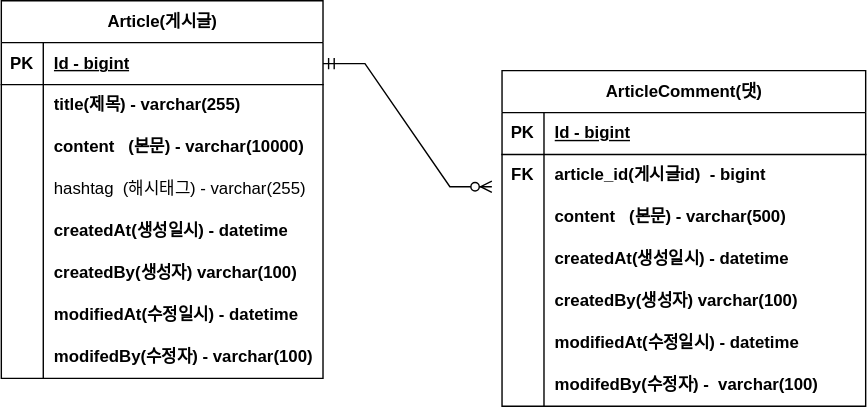
This is document/project-board-erd.svg from Minzion0/project-board, a draw.io export, as it was before one commit. Source tidied: cells renumbered, new cells last; positions are measured from the earlier drawing's top-left corner, leaving out a move shared by most shapes.
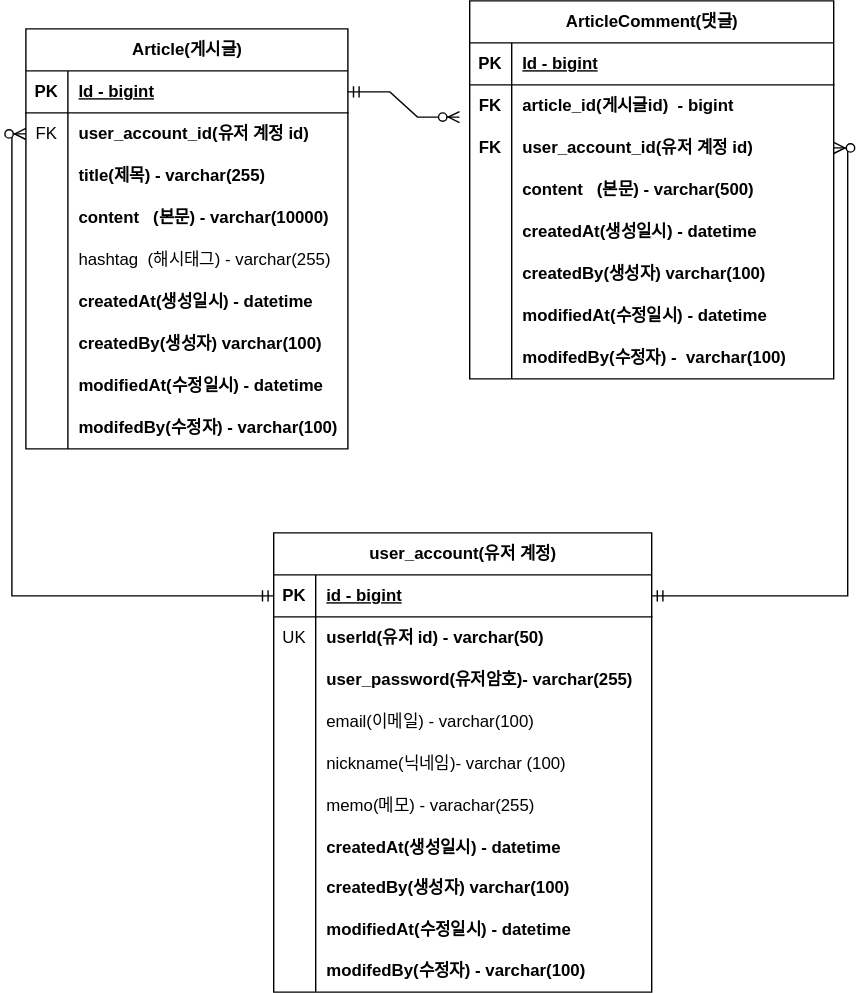
Later version of the same file.

Commit message:
#18 유저계정 테이블 추가

What changed in the source:
```diff
@@ -3,7 +3,7 @@
     <mxCell id="0" />
     <mxCell id="1" parent="0" />
     <mxCell id="2" value="Article(게시글)" style="shape=table;startSize=30;rowLines=0;fontStyle=1;align=center;html=1;" parent="1" vertex="1">
-      <mxGeometry width="230" height="270" as="geometry" />
+      <mxGeometry x="41" y="50" width="230" height="300" as="geometry" />
     </mxCell>
     <mxCell id="3" style="shape=tableRow;horizontal=0;startSize=0;swimlaneHead=0;swimlaneBody=0;fillColor=none;points=[[0,0.5],[1,0.5]];portConstraint=eastwest;top=0;left=0;right=0;bottom=1;" parent="2" vertex="1">
       <mxGeometry y="30" width="230" height="30" as="geometry" />
@@ -14,8 +14,17 @@
     <mxCell id="5" value="Id - bigint" style="shape=partialRectangle;fillColor=none;top=0;left=0;bottom=0;right=0;align=left;spacingLeft=6;fontStyle=5;overflow=hidden;whiteSpace=wrap;html=1;" parent="3" vertex="1">
       <mxGeometry x="30" width="200" height="30" as="geometry" />
     </mxCell>
+    <mxCell id="50" style="shape=tableRow;horizontal=0;startSize=0;swimlaneHead=0;swimlaneBody=0;fillColor=none;points=[[0,0.5],[1,0.5]];portConstraint=eastwest;top=0;left=0;right=0;bottom=0;" parent="2" vertex="1">
+      <mxGeometry y="60" width="230" height="30" as="geometry" />
+    </mxCell>
+    <mxCell id="51" value="FK" style="shape=partialRectangle;fillColor=none;top=0;left=0;bottom=0;right=0;overflow=hidden;whiteSpace=wrap;html=1;" parent="50" vertex="1">
+      <mxGeometry width="30" height="30" as="geometry" />
+    </mxCell>
+    <mxCell id="52" value="user_account_id(유저 계정 id)" style="shape=partialRectangle;fillColor=none;top=0;left=0;bottom=0;right=0;align=left;spacingLeft=6;overflow=hidden;whiteSpace=wrap;html=1;fontStyle=1;" parent="50" vertex="1">
+      <mxGeometry x="30" width="200" height="30" as="geometry" />
+    </mxCell>
     <mxCell id="6" style="shape=tableRow;horizontal=0;startSize=0;swimlaneHead=0;swimlaneBody=0;fillColor=none;top=0;left=0;right=0;bottom=0;" parent="2" vertex="1">
-      <mxGeometry y="60" width="230" height="30" as="geometry" />
+      <mxGeometry y="90" width="230" height="30" as="geometry" />
     </mxCell>
     <mxCell id="7" style="shape=partialRectangle;fillColor=none;top=0;left=0;bottom=0;right=0;overflow=hidden;whiteSpace=wrap;html=1;" parent="6" vertex="1">
       <mxGeometry width="30" height="30" as="geometry" />
@@ -24,7 +33,7 @@
       <mxGeometry x="30" width="200" height="30" as="geometry" />
     </mxCell>
     <mxCell id="9" style="shape=tableRow;horizontal=0;startSize=0;swimlaneHead=0;swimlaneBody=0;fillColor=none;top=0;left=0;right=0;bottom=0;" parent="2" vertex="1">
-      <mxGeometry y="90" width="230" height="30" as="geometry" />
+      <mxGeometry y="120" width="230" height="30" as="geometry" />
     </mxCell>
     <mxCell id="10" style="shape=partialRectangle;fillColor=none;top=0;left=0;bottom=0;right=0;overflow=hidden;whiteSpace=wrap;html=1;" parent="9" vertex="1">
       <mxGeometry width="30" height="30" as="geometry" />
@@ -33,7 +42,7 @@
       <mxGeometry x="30" width="200" height="30" as="geometry" />
     </mxCell>
     <mxCell id="12" style="shape=tableRow;horizontal=0;startSize=0;swimlaneHead=0;swimlaneBody=0;fillColor=none;top=0;left=0;right=0;bottom=0;" parent="2" vertex="1">
-      <mxGeometry y="120" width="230" height="30" as="geometry" />
+      <mxGeometry y="150" width="230" height="30" as="geometry" />
     </mxCell>
     <mxCell id="13" style="shape=partialRectangle;fillColor=none;top=0;left=0;bottom=0;right=0;overflow=hidden;whiteSpace=wrap;html=1;" parent="12" vertex="1">
       <mxGeometry width="30" height="30" as="geometry" />
@@ -42,7 +51,7 @@
       <mxGeometry x="30" width="200" height="30" as="geometry" />
     </mxCell>
     <mxCell id="15" style="shape=tableRow;horizontal=0;startSize=0;swimlaneHead=0;swimlaneBody=0;fillColor=none;top=0;left=0;right=0;bottom=0;" parent="2" vertex="1">
-      <mxGeometry y="150" width="230" height="30" as="geometry" />
+      <mxGeometry y="180" width="230" height="30" as="geometry" />
     </mxCell>
     <mxCell id="16" style="shape=partialRectangle;fillColor=none;top=0;left=0;bottom=0;right=0;overflow=hidden;whiteSpace=wrap;html=1;" parent="15" vertex="1">
       <mxGeometry width="30" height="30" as="geometry" />
@@ -51,7 +60,7 @@
       <mxGeometry x="30" width="200" height="30" as="geometry" />
     </mxCell>
     <mxCell id="18" style="shape=tableRow;horizontal=0;startSize=0;swimlaneHead=0;swimlaneBody=0;fillColor=none;top=0;left=0;right=0;bottom=0;" parent="2" vertex="1">
-      <mxGeometry y="180" width="230" height="30" as="geometry" />
+      <mxGeometry y="210" width="230" height="30" as="geometry" />
     </mxCell>
     <mxCell id="19" style="shape=partialRectangle;fillColor=none;top=0;left=0;bottom=0;right=0;overflow=hidden;whiteSpace=wrap;html=1;" parent="18" vertex="1">
       <mxGeometry width="30" height="30" as="geometry" />
@@ -60,7 +69,7 @@
       <mxGeometry x="30" width="200" height="30" as="geometry" />
     </mxCell>
     <mxCell id="21" style="shape=tableRow;horizontal=0;startSize=0;swimlaneHead=0;swimlaneBody=0;fillColor=none;top=0;left=0;right=0;bottom=0;" parent="2" vertex="1">
-      <mxGeometry y="210" width="230" height="30" as="geometry" />
+      <mxGeometry y="240" width="230" height="30" as="geometry" />
     </mxCell>
     <mxCell id="22" style="shape=partialRectangle;fillColor=none;top=0;left=0;bottom=0;right=0;overflow=hidden;whiteSpace=wrap;html=1;" parent="21" vertex="1">
       <mxGeometry width="30" height="30" as="geometry" />
@@ -69,7 +78,7 @@
       <mxGeometry x="30" width="200" height="30" as="geometry" />
     </mxCell>
     <mxCell id="24" style="shape=tableRow;horizontal=0;startSize=0;swimlaneHead=0;swimlaneBody=0;fillColor=none;top=0;left=0;right=0;bottom=0;" parent="2" vertex="1">
-      <mxGeometry y="240" width="230" height="30" as="geometry" />
+      <mxGeometry y="270" width="230" height="30" as="geometry" />
     </mxCell>
     <mxCell id="25" style="shape=partialRectangle;fillColor=none;top=0;left=0;bottom=0;right=0;overflow=hidden;whiteSpace=wrap;html=1;" parent="24" vertex="1">
       <mxGeometry width="30" height="30" as="geometry" />
@@ -77,8 +86,8 @@
     <mxCell id="26" value="modifedBy(수정자) - varchar(100)" style="shape=partialRectangle;fillColor=none;top=0;left=0;bottom=0;right=0;align=left;spacingLeft=6;overflow=hidden;whiteSpace=wrap;html=1;fontStyle=1;" parent="24" vertex="1">
       <mxGeometry x="30" width="200" height="30" as="geometry" />
     </mxCell>
-    <mxCell id="27" value="ArticleComment(댓)" style="shape=table;startSize=30;rowLines=0;fontStyle=1;align=center;html=1;" parent="1" vertex="1">
-      <mxGeometry x="358" y="50" width="260" height="240" as="geometry" />
+    <mxCell id="27" value="ArticleComment(댓글)" style="shape=table;startSize=30;rowLines=0;fontStyle=1;align=center;html=1;" parent="1" vertex="1">
+      <mxGeometry x="358" y="30" width="260" height="270" as="geometry" />
     </mxCell>
     <mxCell id="28" style="shape=tableRow;horizontal=0;startSize=0;swimlaneHead=0;swimlaneBody=0;fillColor=none;top=0;left=0;right=0;bottom=1;" parent="27" vertex="1">
       <mxGeometry y="30" width="260" height="30" as="geometry" />
@@ -98,8 +107,17 @@
     <mxCell id="33" value="article_id(게시글id)&amp;nbsp; - bigint" style="shape=partialRectangle;fillColor=none;top=0;left=0;bottom=0;right=0;align=left;spacingLeft=6;overflow=hidden;whiteSpace=wrap;html=1;fontStyle=1;" parent="31" vertex="1">
       <mxGeometry x="30" width="230" height="30" as="geometry" />
     </mxCell>
+    <mxCell id="53" style="shape=tableRow;horizontal=0;startSize=0;swimlaneHead=0;swimlaneBody=0;fillColor=none;points=[[0,0.5],[1,0.5]];portConstraint=eastwest;top=0;left=0;right=0;bottom=0;" parent="27" vertex="1">
+      <mxGeometry y="90" width="260" height="30" as="geometry" />
+    </mxCell>
+    <mxCell id="54" value="&lt;b&gt;FK&lt;/b&gt;" style="shape=partialRectangle;fillColor=none;top=0;left=0;bottom=0;right=0;overflow=hidden;whiteSpace=wrap;html=1;" parent="53" vertex="1">
+      <mxGeometry width="30" height="30" as="geometry" />
+    </mxCell>
+    <mxCell id="55" value="user_account_id(유저 계정 id)" style="shape=partialRectangle;fillColor=none;top=0;left=0;bottom=0;right=0;align=left;spacingLeft=6;overflow=hidden;whiteSpace=wrap;html=1;fontStyle=1;" parent="53" vertex="1">
+      <mxGeometry x="30" width="230" height="30" as="geometry" />
+    </mxCell>
     <mxCell id="34" style="shape=tableRow;horizontal=0;startSize=0;swimlaneHead=0;swimlaneBody=0;fillColor=none;top=0;left=0;right=0;bottom=0;" parent="27" vertex="1">
-      <mxGeometry y="90" width="260" height="30" as="geometry" />
+      <mxGeometry y="120" width="260" height="30" as="geometry" />
     </mxCell>
     <mxCell id="35" style="shape=partialRectangle;fillColor=none;top=0;left=0;bottom=0;right=0;overflow=hidden;whiteSpace=wrap;html=1;" parent="34" vertex="1">
       <mxGeometry width="30" height="30" as="geometry" />
@@ -108,7 +126,7 @@
       <mxGeometry x="30" width="230" height="30" as="geometry" />
     </mxCell>
     <mxCell id="37" style="shape=tableRow;horizontal=0;startSize=0;swimlaneHead=0;swimlaneBody=0;fillColor=none;top=0;left=0;right=0;bottom=0;" parent="27" vertex="1">
-      <mxGeometry y="120" width="260" height="30" as="geometry" />
+      <mxGeometry y="150" width="260" height="30" as="geometry" />
     </mxCell>
     <mxCell id="38" style="shape=partialRectangle;fillColor=none;top=0;left=0;bottom=0;right=0;overflow=hidden;whiteSpace=wrap;html=1;" parent="37" vertex="1">
       <mxGeometry width="30" height="30" as="geometry" />
@@ -117,7 +135,7 @@
       <mxGeometry x="30" width="230" height="30" as="geometry" />
     </mxCell>
     <mxCell id="40" style="shape=tableRow;horizontal=0;startSize=0;swimlaneHead=0;swimlaneBody=0;fillColor=none;top=0;left=0;right=0;bottom=0;" parent="27" vertex="1">
-      <mxGeometry y="150" width="260" height="30" as="geometry" />
+      <mxGeometry y="180" width="260" height="30" as="geometry" />
     </mxCell>
     <mxCell id="41" style="shape=partialRectangle;fillColor=none;top=0;left=0;bottom=0;right=0;overflow=hidden;whiteSpace=wrap;html=1;" parent="40" vertex="1">
       <mxGeometry width="30" height="30" as="geometry" />
@@ -126,7 +144,7 @@
       <mxGeometry x="30" width="230" height="30" as="geometry" />
     </mxCell>
     <mxCell id="43" style="shape=tableRow;horizontal=0;startSize=0;swimlaneHead=0;swimlaneBody=0;fillColor=none;top=0;left=0;right=0;bottom=0;" parent="27" vertex="1">
-      <mxGeometry y="180" width="260" height="30" as="geometry" />
+      <mxGeometry y="210" width="260" height="30" as="geometry" />
     </mxCell>
     <mxCell id="44" style="shape=partialRectangle;fillColor=none;top=0;left=0;bottom=0;right=0;overflow=hidden;whiteSpace=wrap;html=1;" parent="43" vertex="1">
       <mxGeometry width="30" height="30" as="geometry" />
@@ -135,7 +153,7 @@
       <mxGeometry x="30" width="230" height="30" as="geometry" />
     </mxCell>
     <mxCell id="46" style="shape=tableRow;horizontal=0;startSize=0;swimlaneHead=0;swimlaneBody=0;fillColor=none;top=0;left=0;right=0;bottom=0;" parent="27" vertex="1">
-      <mxGeometry y="210" width="260" height="30" as="geometry" />
+      <mxGeometry y="240" width="260" height="30" as="geometry" />
     </mxCell>
     <mxCell id="47" style="shape=partialRectangle;fillColor=none;top=0;left=0;bottom=0;right=0;overflow=hidden;whiteSpace=wrap;html=1;" parent="46" vertex="1">
       <mxGeometry width="30" height="30" as="geometry" />
@@ -146,5 +164,104 @@
     <mxCell id="49" style="edgeStyle=entityRelationEdgeStyle;fontSize=12;html=1;endArrow=ERzeroToMany;startArrow=ERmandOne;rounded=0;entryX=-0.028;entryY=0.767;entryDx=0;entryDy=0;entryPerimeter=0;exitX=1;exitY=0.5;exitDx=0;exitDy=0;" parent="1" edge="1" source="3" target="31">
       <mxGeometry relative="1" as="geometry" />
     </mxCell>
+    <mxCell id="56" value="user_account(유저 계정)" style="shape=table;startSize=30;rowLines=0;fontStyle=1;align=center;html=1;" parent="1" vertex="1">
+      <mxGeometry x="218" y="410" width="270" height="328" as="geometry" />
+    </mxCell>
+    <mxCell id="57" style="shape=tableRow;horizontal=0;startSize=0;swimlaneHead=0;swimlaneBody=0;fillColor=none;points=[[0,0.5],[1,0.5]];portConstraint=eastwest;top=0;left=0;right=0;bottom=1;" parent="56" vertex="1">
+      <mxGeometry y="30" width="270" height="30" as="geometry" />
+    </mxCell>
+    <mxCell id="58" value="PK" style="shape=partialRectangle;fillColor=none;top=0;left=0;bottom=0;right=0;fontStyle=1;overflow=hidden;whiteSpace=wrap;html=1;" parent="57" vertex="1">
+      <mxGeometry width="30" height="30" as="geometry" />
+    </mxCell>
+    <mxCell id="59" value="id - bigint" style="shape=partialRectangle;fillColor=none;top=0;left=0;bottom=0;right=0;align=left;spacingLeft=6;fontStyle=5;overflow=hidden;whiteSpace=wrap;html=1;" parent="57" vertex="1">
+      <mxGeometry x="30" width="240" height="30" as="geometry" />
+    </mxCell>
+    <mxCell id="60" style="shape=tableRow;horizontal=0;startSize=0;swimlaneHead=0;swimlaneBody=0;fillColor=none;top=0;left=0;right=0;bottom=0;" parent="56" vertex="1">
+      <mxGeometry y="60" width="270" height="30" as="geometry" />
+    </mxCell>
+    <mxCell id="61" value="UK" style="shape=partialRectangle;fillColor=none;top=0;left=0;bottom=0;right=0;overflow=hidden;whiteSpace=wrap;html=1;" parent="60" vertex="1">
+      <mxGeometry width="30" height="30" as="geometry" />
+    </mxCell>
+    <mxCell id="62" value="&lt;b&gt;userId(유저 id) - varchar(50)&lt;/b&gt;" style="shape=partialRectangle;fillColor=none;top=0;left=0;bottom=0;right=0;align=left;spacingLeft=6;overflow=hidden;whiteSpace=wrap;html=1;" parent="60" vertex="1">
+      <mxGeometry x="30" width="240" height="30" as="geometry" />
+    </mxCell>
+    <mxCell id="63" style="shape=tableRow;horizontal=0;startSize=0;swimlaneHead=0;swimlaneBody=0;fillColor=none;top=0;left=0;right=0;bottom=0;" parent="56" vertex="1">
+      <mxGeometry y="90" width="270" height="30" as="geometry" />
+    </mxCell>
+    <mxCell id="64" style="shape=partialRectangle;fillColor=none;top=0;left=0;bottom=0;right=0;overflow=hidden;whiteSpace=wrap;html=1;" parent="63" vertex="1">
+      <mxGeometry width="30" height="30" as="geometry" />
+    </mxCell>
+    <mxCell id="65" value="&lt;b&gt;user_password(유저암호)- varchar(255)&lt;/b&gt;" style="shape=partialRectangle;fillColor=none;top=0;left=0;bottom=0;right=0;align=left;spacingLeft=6;overflow=hidden;whiteSpace=wrap;html=1;" parent="63" vertex="1">
+      <mxGeometry x="30" width="240" height="30" as="geometry" />
+    </mxCell>
+    <mxCell id="66" style="shape=tableRow;horizontal=0;startSize=0;swimlaneHead=0;swimlaneBody=0;fillColor=none;top=0;left=0;right=0;bottom=0;" parent="56" vertex="1">
+      <mxGeometry y="120" width="270" height="30" as="geometry" />
+    </mxCell>
+    <mxCell id="67" style="shape=partialRectangle;fillColor=none;top=0;left=0;bottom=0;right=0;overflow=hidden;whiteSpace=wrap;html=1;" parent="66" vertex="1">
+      <mxGeometry width="30" height="30" as="geometry" />
+    </mxCell>
+    <mxCell id="68" value="email(이메일) - varchar(100)" style="shape=partialRectangle;fillColor=none;top=0;left=0;bottom=0;right=0;align=left;spacingLeft=6;overflow=hidden;whiteSpace=wrap;html=1;" parent="66" vertex="1">
+      <mxGeometry x="30" width="240" height="30" as="geometry" />
+    </mxCell>
+    <mxCell id="69" style="shape=tableRow;horizontal=0;startSize=0;swimlaneHead=0;swimlaneBody=0;fillColor=none;top=0;left=0;right=0;bottom=0;" parent="56" vertex="1">
+      <mxGeometry y="150" width="270" height="30" as="geometry" />
+    </mxCell>
+    <mxCell id="70" style="shape=partialRectangle;fillColor=none;top=0;left=0;bottom=0;right=0;overflow=hidden;whiteSpace=wrap;html=1;" parent="69" vertex="1">
+      <mxGeometry width="30" height="30" as="geometry" />
+    </mxCell>
+    <mxCell id="71" value="nickname(닉네임)- varchar (100)" style="shape=partialRectangle;fillColor=none;top=0;left=0;bottom=0;right=0;align=left;spacingLeft=6;overflow=hidden;whiteSpace=wrap;html=1;" parent="69" vertex="1">
+      <mxGeometry x="30" width="240" height="30" as="geometry" />
+    </mxCell>
+    <mxCell id="72" style="shape=tableRow;horizontal=0;startSize=0;swimlaneHead=0;swimlaneBody=0;fillColor=none;top=0;left=0;right=0;bottom=0;" parent="56" vertex="1">
+      <mxGeometry y="180" width="270" height="30" as="geometry" />
+    </mxCell>
+    <mxCell id="73" style="shape=partialRectangle;fillColor=none;top=0;left=0;bottom=0;right=0;overflow=hidden;whiteSpace=wrap;html=1;" parent="72" vertex="1">
+      <mxGeometry width="30" height="30" as="geometry" />
+    </mxCell>
+    <mxCell id="74" value="memo(메모) - varachar(255)" style="shape=partialRectangle;fillColor=none;top=0;left=0;bottom=0;right=0;align=left;spacingLeft=6;overflow=hidden;whiteSpace=wrap;html=1;" parent="72" vertex="1">
+      <mxGeometry x="30" width="240" height="30" as="geometry" />
+    </mxCell>
+    <mxCell id="75" style="shape=tableRow;horizontal=0;startSize=0;swimlaneHead=0;swimlaneBody=0;fillColor=none;top=0;left=0;right=0;bottom=0;" parent="56" vertex="1">
+      <mxGeometry y="210" width="270" height="29" as="geometry" />
+    </mxCell>
+    <mxCell id="76" style="shape=partialRectangle;fillColor=none;top=0;left=0;bottom=0;right=0;overflow=hidden;whiteSpace=wrap;html=1;" parent="75" vertex="1">
+      <mxGeometry width="30" height="29" as="geometry" />
+    </mxCell>
+    <mxCell id="77" value="&lt;b&gt;createdAt(생성일시) - datetime&lt;/b&gt;" style="shape=partialRectangle;fillColor=none;top=0;left=0;bottom=0;right=0;align=left;spacingLeft=6;overflow=hidden;whiteSpace=wrap;html=1;" parent="75" vertex="1">
+      <mxGeometry x="30" width="240" height="29" as="geometry" />
+    </mxCell>
+    <mxCell id="78" style="shape=tableRow;horizontal=0;startSize=0;swimlaneHead=0;swimlaneBody=0;fillColor=none;top=0;left=0;right=0;bottom=0;" parent="56" vertex="1">
+      <mxGeometry y="239" width="270" height="30" as="geometry" />
+    </mxCell>
+    <mxCell id="79" style="shape=partialRectangle;fillColor=none;top=0;left=0;bottom=0;right=0;overflow=hidden;whiteSpace=wrap;html=1;" parent="78" vertex="1">
+      <mxGeometry width="30" height="30" as="geometry" />
+    </mxCell>
+    <mxCell id="80" value="&lt;b&gt;createdBy(생성자) varchar(100)&lt;/b&gt;" style="shape=partialRectangle;fillColor=none;top=0;left=0;bottom=0;right=0;align=left;spacingLeft=6;overflow=hidden;whiteSpace=wrap;html=1;" parent="78" vertex="1">
+      <mxGeometry x="30" width="240" height="30" as="geometry" />
+    </mxCell>
+    <mxCell id="81" style="shape=tableRow;horizontal=0;startSize=0;swimlaneHead=0;swimlaneBody=0;fillColor=none;top=0;left=0;right=0;bottom=0;" parent="56" vertex="1">
+      <mxGeometry y="269" width="270" height="29" as="geometry" />
+    </mxCell>
+    <mxCell id="82" style="shape=partialRectangle;fillColor=none;top=0;left=0;bottom=0;right=0;overflow=hidden;whiteSpace=wrap;html=1;" parent="81" vertex="1">
+      <mxGeometry width="30" height="29" as="geometry" />
+    </mxCell>
+    <mxCell id="83" value="&lt;b&gt;modifiedAt(수정일시) - datetime&lt;/b&gt;" style="shape=partialRectangle;fillColor=none;top=0;left=0;bottom=0;right=0;align=left;spacingLeft=6;overflow=hidden;whiteSpace=wrap;html=1;" parent="81" vertex="1">
+      <mxGeometry x="30" width="240" height="29" as="geometry" />
+    </mxCell>
+    <mxCell id="84" style="shape=tableRow;horizontal=0;startSize=0;swimlaneHead=0;swimlaneBody=0;fillColor=none;top=0;left=0;right=0;bottom=0;" parent="56" vertex="1">
+      <mxGeometry y="298" width="270" height="30" as="geometry" />
+    </mxCell>
+    <mxCell id="85" style="shape=partialRectangle;fillColor=none;top=0;left=0;bottom=0;right=0;overflow=hidden;whiteSpace=wrap;html=1;" parent="84" vertex="1">
+      <mxGeometry width="30" height="30" as="geometry" />
+    </mxCell>
+    <mxCell id="86" value="&lt;b&gt;modifedBy(수정자) - varchar(100)&lt;/b&gt;" style="shape=partialRectangle;fillColor=none;top=0;left=0;bottom=0;right=0;align=left;spacingLeft=6;overflow=hidden;whiteSpace=wrap;html=1;" parent="84" vertex="1">
+      <mxGeometry x="30" width="240" height="30" as="geometry" />
+    </mxCell>
+    <mxCell id="87" style="edgeStyle=orthogonalEdgeStyle;fontSize=12;html=1;endArrow=ERzeroToMany;startArrow=ERmandOne;rounded=0;entryX=1;entryY=0.5;entryDx=0;entryDy=0;exitX=1;exitY=0.5;exitDx=0;exitDy=0;" parent="1" edge="1" source="57" target="53">
+      <mxGeometry relative="1" as="geometry" />
+    </mxCell>
+    <mxCell id="88" style="edgeStyle=orthogonalEdgeStyle;fontSize=12;html=1;endArrow=ERzeroToMany;startArrow=ERmandOne;rounded=0;entryX=0;entryY=0.5;entryDx=0;entryDy=0;exitX=0;exitY=0.5;exitDx=0;exitDy=0;" parent="1" edge="1" source="57" target="50">
+      <mxGeometry relative="1" as="geometry" />
+    </mxCell>
   </root>
 </mxGraphModel>
```
